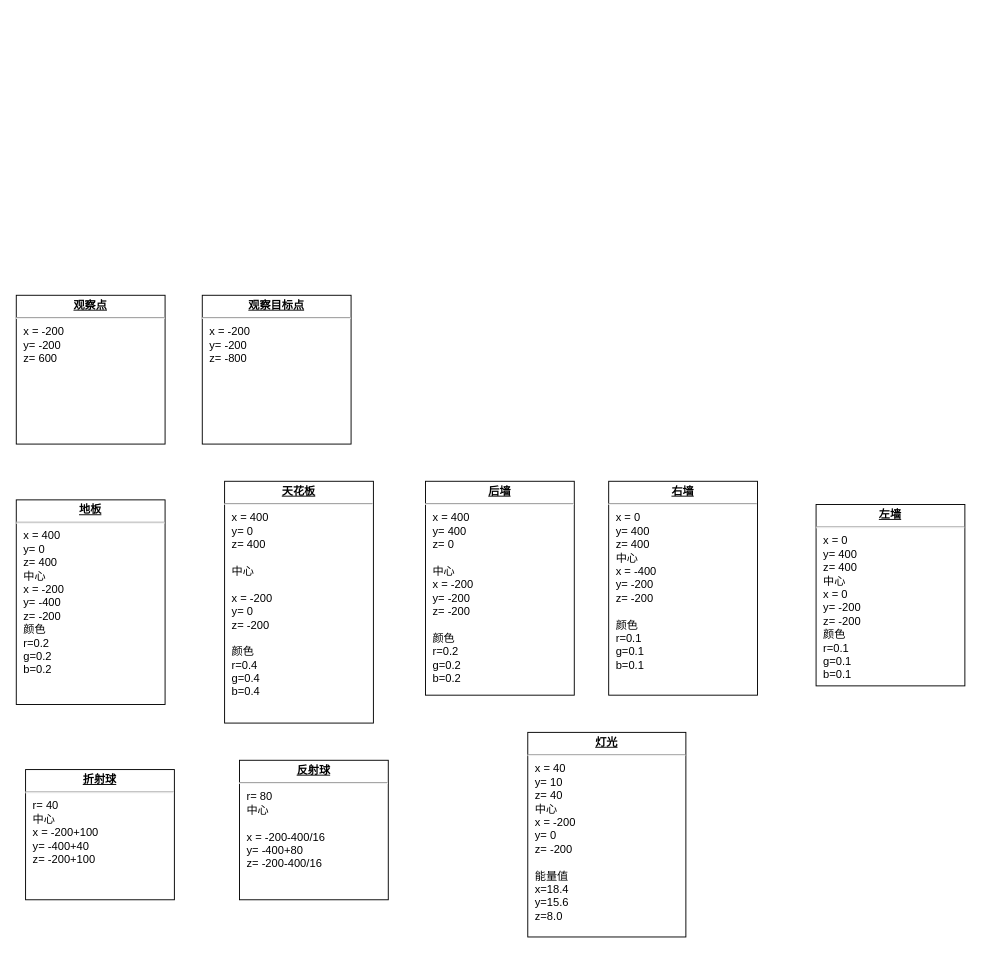
Before: src/view/renderer/rayTracing.drawio in linround/three-explore, a draw.io diagram. Source tidied: cells renumbered, new cells numbered last; positions are measured from the earlier drawing's top-left corner, leaving out a move shared by most shapes. Both pictures are drawn from the tidied source at 93%, with x=0, y=0 at pixel (16, 295).
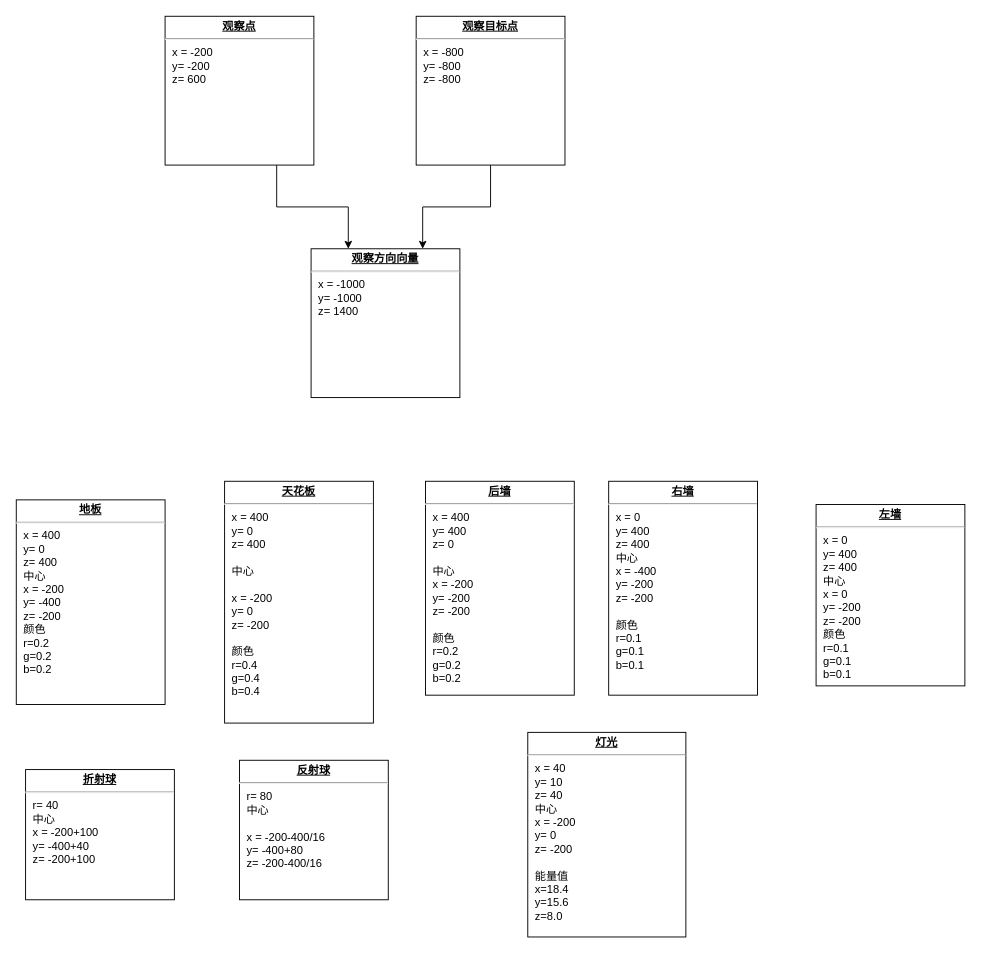
The same diagram, later.

The edit, as a diff of the source:
```diff
@@
 <mxGraphModel>
   <root>
     <mxCell id="0" />
     <mxCell id="1" parent="0" />
     <mxCell id="2" value="&lt;p style=&quot;margin:0px;margin-top:4px;text-align:center;text-decoration:underline;&quot;&gt;&lt;b&gt;地板&lt;/b&gt;&lt;/p&gt;&lt;hr&gt;&lt;p style=&quot;margin:0px;margin-left:8px;&quot;&gt;x = 400&lt;br&gt;y= 0&lt;br&gt;z= 400&lt;/p&gt;&lt;p style=&quot;margin:0px;margin-left:8px;&quot;&gt;中心&lt;/p&gt;&lt;p style=&quot;margin:0px;margin-left:8px;&quot;&gt;x = -200&lt;br style=&quot;border-color: var(--border-color);&quot;&gt;y= -400&lt;br style=&quot;border-color: var(--border-color);&quot;&gt;z= -200&lt;br&gt;&lt;/p&gt;&lt;p style=&quot;margin:0px;margin-left:8px;&quot;&gt;颜色&lt;br&gt;r=0.2&lt;/p&gt;&lt;p style=&quot;margin:0px;margin-left:8px;&quot;&gt;g=0.2&lt;/p&gt;&lt;p style=&quot;margin:0px;margin-left:8px;&quot;&gt;b=0.2&lt;/p&gt;" style="verticalAlign=top;align=left;overflow=fill;fontSize=12;fontFamily=Helvetica;html=1;whiteSpace=wrap;" parent="1" vertex="1">
       <mxGeometry y="220" width="160" height="220" as="geometry" />
     </mxCell>
     <mxCell id="3" value="&lt;p style=&quot;margin:0px;margin-top:4px;text-align:center;text-decoration:underline;&quot;&gt;&lt;b&gt;后墙&lt;/b&gt;&lt;/p&gt;&lt;hr&gt;&lt;p style=&quot;margin:0px;margin-left:8px;&quot;&gt;x = 400&lt;br&gt;y= 400&lt;br&gt;z= 0&lt;br&gt;&lt;br&gt;&lt;/p&gt;&lt;p style=&quot;border-color: var(--border-color); margin: 0px 0px 0px 8px;&quot;&gt;中心&lt;/p&gt;&lt;p style=&quot;border-color: var(--border-color); margin: 0px 0px 0px 8px;&quot;&gt;x = -200&lt;br style=&quot;border-color: var(--border-color);&quot;&gt;y= -200&lt;br style=&quot;border-color: var(--border-color);&quot;&gt;z= -200&lt;/p&gt;&lt;p style=&quot;border-color: var(--border-color); margin: 0px 0px 0px 8px;&quot;&gt;&lt;br&gt;&lt;/p&gt;&lt;p style=&quot;border-color: var(--border-color); margin: 0px 0px 0px 8px;&quot;&gt;颜色&lt;br style=&quot;border-color: var(--border-color);&quot;&gt;r=0.2&lt;/p&gt;&lt;p style=&quot;border-color: var(--border-color); margin: 0px 0px 0px 8px;&quot;&gt;g=0.2&lt;/p&gt;&lt;p style=&quot;border-color: var(--border-color); margin: 0px 0px 0px 8px;&quot;&gt;b=0.2&lt;/p&gt;" style="verticalAlign=top;align=left;overflow=fill;fontSize=12;fontFamily=Helvetica;html=1;whiteSpace=wrap;" parent="1" vertex="1">
       <mxGeometry x="440" y="200" width="160" height="230" as="geometry" />
     </mxCell>
     <mxCell id="4" value="&lt;p style=&quot;margin:0px;margin-top:4px;text-align:center;text-decoration:underline;&quot;&gt;&lt;b&gt;天花板&lt;/b&gt;&lt;/p&gt;&lt;hr&gt;&lt;p style=&quot;margin:0px;margin-left:8px;&quot;&gt;x = 400&lt;br&gt;y= 0&lt;br&gt;z= 400&lt;br&gt;&lt;br&gt;&lt;/p&gt;&lt;p style=&quot;margin:0px;margin-left:8px;&quot;&gt;中心&lt;/p&gt;&lt;p style=&quot;margin:0px;margin-left:8px;&quot;&gt;&lt;br&gt;&lt;/p&gt;&lt;p style=&quot;margin:0px;margin-left:8px;&quot;&gt;x = -200&lt;/p&gt;&lt;p style=&quot;margin:0px;margin-left:8px;&quot;&gt;y= 0&lt;/p&gt;&lt;p style=&quot;margin:0px;margin-left:8px;&quot;&gt;z= -200&lt;/p&gt;&lt;p style=&quot;margin:0px;margin-left:8px;&quot;&gt;&lt;br&gt;&lt;/p&gt;&lt;p style=&quot;margin:0px;margin-left:8px;&quot;&gt;颜色&lt;/p&gt;&lt;p style=&quot;margin:0px;margin-left:8px;&quot;&gt;r=0.4&lt;/p&gt;&lt;p style=&quot;margin:0px;margin-left:8px;&quot;&gt;g=0.4&lt;/p&gt;&lt;p style=&quot;margin:0px;margin-left:8px;&quot;&gt;b=0.4&lt;/p&gt;" style="verticalAlign=top;align=left;overflow=fill;fontSize=12;fontFamily=Helvetica;html=1;whiteSpace=wrap;" parent="1" vertex="1">
       <mxGeometry x="224" y="200" width="160" height="260" as="geometry" />
     </mxCell>
     <mxCell id="5" value="&lt;p style=&quot;margin: 4px 0px 0px; text-align: center;&quot;&gt;&lt;b&gt;&lt;u&gt;左墙&lt;/u&gt;&lt;/b&gt;&lt;br&gt;&lt;/p&gt;&lt;hr&gt;&lt;p style=&quot;margin:0px;margin-left:8px;&quot;&gt;x = 0&lt;br&gt;y= 400&lt;br&gt;z= 400&lt;br&gt;&lt;/p&gt;&lt;p style=&quot;border-color: var(--border-color); margin: 0px 0px 0px 8px;&quot;&gt;中心&lt;/p&gt;&lt;p style=&quot;border-color: var(--border-color); margin: 0px 0px 0px 8px;&quot;&gt;x = 0&lt;br style=&quot;border-color: var(--border-color);&quot;&gt;y= -200&lt;br style=&quot;border-color: var(--border-color);&quot;&gt;z= -200&lt;/p&gt;&lt;p style=&quot;border-color: var(--border-color); margin: 0px 0px 0px 8px;&quot;&gt;颜色&lt;br style=&quot;border-color: var(--border-color);&quot;&gt;r=0.1&lt;/p&gt;&lt;p style=&quot;border-color: var(--border-color); margin: 0px 0px 0px 8px;&quot;&gt;g=0.1&lt;/p&gt;&lt;p style=&quot;border-color: var(--border-color); margin: 0px 0px 0px 8px;&quot;&gt;b=0.1&lt;/p&gt;" style="verticalAlign=top;align=left;overflow=fill;fontSize=12;fontFamily=Helvetica;html=1;whiteSpace=wrap;" parent="1" vertex="1">
       <mxGeometry x="860" y="225" width="160" height="195" as="geometry" />
     </mxCell>
     <mxCell id="6" value="&lt;p style=&quot;margin: 4px 0px 0px; text-align: center;&quot;&gt;&lt;b&gt;&lt;u&gt;右墙&lt;/u&gt;&lt;/b&gt;&lt;br&gt;&lt;/p&gt;&lt;hr&gt;&lt;p style=&quot;margin:0px;margin-left:8px;&quot;&gt;x = 0&lt;br&gt;y= 400&lt;br&gt;z= 400&lt;br&gt;&lt;/p&gt;&lt;p style=&quot;border-color: var(--border-color); margin: 0px 0px 0px 8px;&quot;&gt;中心&lt;/p&gt;&lt;p style=&quot;border-color: var(--border-color); margin: 0px 0px 0px 8px;&quot;&gt;x = -400&lt;br style=&quot;border-color: var(--border-color);&quot;&gt;y= -200&lt;br style=&quot;border-color: var(--border-color);&quot;&gt;z= -200&lt;/p&gt;&lt;p style=&quot;border-color: var(--border-color); margin: 0px 0px 0px 8px;&quot;&gt;&lt;br&gt;&lt;/p&gt;&lt;p style=&quot;border-color: var(--border-color); margin: 0px 0px 0px 8px;&quot;&gt;颜色&lt;br style=&quot;border-color: var(--border-color);&quot;&gt;r=0.1&lt;/p&gt;&lt;p style=&quot;border-color: var(--border-color); margin: 0px 0px 0px 8px;&quot;&gt;g=0.1&lt;/p&gt;&lt;p style=&quot;border-color: var(--border-color); margin: 0px 0px 0px 8px;&quot;&gt;b=0.1&lt;/p&gt;" style="verticalAlign=top;align=left;overflow=fill;fontSize=12;fontFamily=Helvetica;html=1;whiteSpace=wrap;" parent="1" vertex="1">
       <mxGeometry x="637" y="200" width="160" height="230" as="geometry" />
     </mxCell>
     <mxCell id="7" value="&lt;p style=&quot;margin:0px;margin-top:4px;text-align:center;text-decoration:underline;&quot;&gt;&lt;b&gt;灯光&lt;/b&gt;&lt;/p&gt;&lt;hr&gt;&lt;p style=&quot;margin:0px;margin-left:8px;&quot;&gt;x = 40&lt;br&gt;y= 10&lt;br&gt;z= 40&lt;br&gt;&lt;/p&gt;&lt;p style=&quot;border-color: var(--border-color); margin: 0px 0px 0px 8px;&quot;&gt;中心&lt;/p&gt;&lt;p style=&quot;border-color: var(--border-color); margin: 0px 0px 0px 8px;&quot;&gt;x = -200&lt;br style=&quot;border-color: var(--border-color);&quot;&gt;y= 0&lt;br style=&quot;border-color: var(--border-color);&quot;&gt;z= -200&lt;br&gt;&lt;br&gt;能量值&lt;br&gt;x=18.4&lt;/p&gt;&lt;p style=&quot;border-color: var(--border-color); margin: 0px 0px 0px 8px;&quot;&gt;y=15.6&lt;/p&gt;&lt;p style=&quot;border-color: var(--border-color); margin: 0px 0px 0px 8px;&quot;&gt;z=8.0&lt;/p&gt;" style="verticalAlign=top;align=left;overflow=fill;fontSize=12;fontFamily=Helvetica;html=1;whiteSpace=wrap;" parent="1" vertex="1">
       <mxGeometry x="550" y="470" width="170" height="220" as="geometry" />
     </mxCell>
     <mxCell id="8" value="&lt;p style=&quot;margin:0px;margin-top:4px;text-align:center;text-decoration:underline;&quot;&gt;&lt;b&gt;折射球&lt;/b&gt;&lt;/p&gt;&lt;hr&gt;&lt;p style=&quot;margin:0px;margin-left:8px;&quot;&gt;r= 40&lt;br&gt;&lt;/p&gt;&lt;p style=&quot;border-color: var(--border-color); margin: 0px 0px 0px 8px;&quot;&gt;中心&lt;/p&gt;&lt;p style=&quot;border-color: var(--border-color); margin: 0px 0px 0px 8px;&quot;&gt;x = -200+100&lt;br style=&quot;border-color: var(--border-color);&quot;&gt;y= -400+40&lt;br style=&quot;border-color: var(--border-color);&quot;&gt;z= -200+100&lt;/p&gt;" style="verticalAlign=top;align=left;overflow=fill;fontSize=12;fontFamily=Helvetica;html=1;whiteSpace=wrap;" parent="1" vertex="1">
       <mxGeometry x="10" y="510" width="160" height="140" as="geometry" />
     </mxCell>
     <mxCell id="9" value="&lt;p style=&quot;margin:0px;margin-top:4px;text-align:center;text-decoration:underline;&quot;&gt;&lt;b&gt;反射球&lt;/b&gt;&lt;/p&gt;&lt;hr&gt;&lt;p style=&quot;margin:0px;margin-left:8px;&quot;&gt;r= 80&lt;br&gt;&lt;/p&gt;&lt;p style=&quot;margin:0px;margin-left:8px;&quot;&gt;中心&lt;/p&gt;&lt;p style=&quot;margin:0px;margin-left:8px;&quot;&gt;&lt;br&gt;&lt;/p&gt;&lt;p style=&quot;margin:0px;margin-left:8px;&quot;&gt;x = -200-400/16&lt;/p&gt;&lt;p style=&quot;margin:0px;margin-left:8px;&quot;&gt;y= -400+80&lt;/p&gt;&lt;p style=&quot;margin:0px;margin-left:8px;&quot;&gt;z= -200-400/16&lt;/p&gt;" style="verticalAlign=top;align=left;overflow=fill;fontSize=12;fontFamily=Helvetica;html=1;whiteSpace=wrap;" parent="1" vertex="1">
       <mxGeometry x="240" y="500" width="160" height="150" as="geometry" />
     </mxCell>
+    <mxCell id="12" style="edgeStyle=orthogonalEdgeStyle;rounded=0;jettySize=auto;html=1;exitX=0.75;exitY=1;exitDx=0;exitDy=0;entryX=0.25;entryY=0;entryDx=0;entryDy=0;" parent="1" edge="1" source="10" target="14">
+      <mxGeometry relative="1" as="geometry" />
+    </mxCell>
     <mxCell id="10" value="&lt;p style=&quot;margin:0px;margin-top:4px;text-align:center;text-decoration:underline;&quot;&gt;&lt;b&gt;观察点&lt;/b&gt;&lt;/p&gt;&lt;hr&gt;&lt;p style=&quot;margin:0px;margin-left:8px;&quot;&gt;x = -200&lt;br&gt;y= -200&lt;br&gt;z= 600&lt;br&gt;&lt;/p&gt;" style="verticalAlign=top;align=left;overflow=fill;fontSize=12;fontFamily=Helvetica;html=1;whiteSpace=wrap;" parent="1" vertex="1">
-      <mxGeometry width="160" height="160" as="geometry" />
+      <mxGeometry x="160" y="-300" width="160" height="160" as="geometry" />
     </mxCell>
+    <mxCell id="13" style="edgeStyle=orthogonalEdgeStyle;rounded=0;jettySize=auto;html=1;exitX=0.5;exitY=1;exitDx=0;exitDy=0;entryX=0.75;entryY=0;entryDx=0;entryDy=0;" parent="1" edge="1" source="11" target="14">
+      <mxGeometry relative="1" as="geometry" />
+    </mxCell>
-    <mxCell id="11" value="&lt;p style=&quot;margin:0px;margin-top:4px;text-align:center;text-decoration:underline;&quot;&gt;&lt;b&gt;观察目标点&lt;/b&gt;&lt;/p&gt;&lt;hr&gt;&lt;p style=&quot;margin:0px;margin-left:8px;&quot;&gt;x = -200&lt;br&gt;y= -200&lt;br&gt;z= -800&lt;br&gt;&lt;/p&gt;" style="verticalAlign=top;align=left;overflow=fill;fontSize=12;fontFamily=Helvetica;html=1;whiteSpace=wrap;" parent="1" vertex="1">
-      <mxGeometry x="200" width="160" height="160" as="geometry" />
+    <mxCell id="11" value="&lt;p style=&quot;margin:0px;margin-top:4px;text-align:center;text-decoration:underline;&quot;&gt;&lt;b&gt;观察目标点&lt;/b&gt;&lt;/p&gt;&lt;hr&gt;&lt;p style=&quot;margin:0px;margin-left:8px;&quot;&gt;x = -800&lt;br&gt;y= -800&lt;br&gt;z= -800&lt;br&gt;&lt;/p&gt;" style="verticalAlign=top;align=left;overflow=fill;fontSize=12;fontFamily=Helvetica;html=1;whiteSpace=wrap;" parent="1" vertex="1">
+      <mxGeometry x="430" y="-300" width="160" height="160" as="geometry" />
     </mxCell>
+    <mxCell id="14" value="&lt;p style=&quot;margin:0px;margin-top:4px;text-align:center;text-decoration:underline;&quot;&gt;&lt;b&gt;观察方向向量&lt;/b&gt;&lt;/p&gt;&lt;hr&gt;&lt;p style=&quot;margin:0px;margin-left:8px;&quot;&gt;x = -1000&lt;br&gt;y= -1000&lt;br&gt;z= 1400&lt;br&gt;&lt;/p&gt;" style="verticalAlign=top;align=left;overflow=fill;fontSize=12;fontFamily=Helvetica;html=1;whiteSpace=wrap;" parent="1" vertex="1">
+      <mxGeometry x="317" y="-50" width="160" height="160" as="geometry" />
+    </mxCell>
   </root>
 </mxGraphModel>
```
